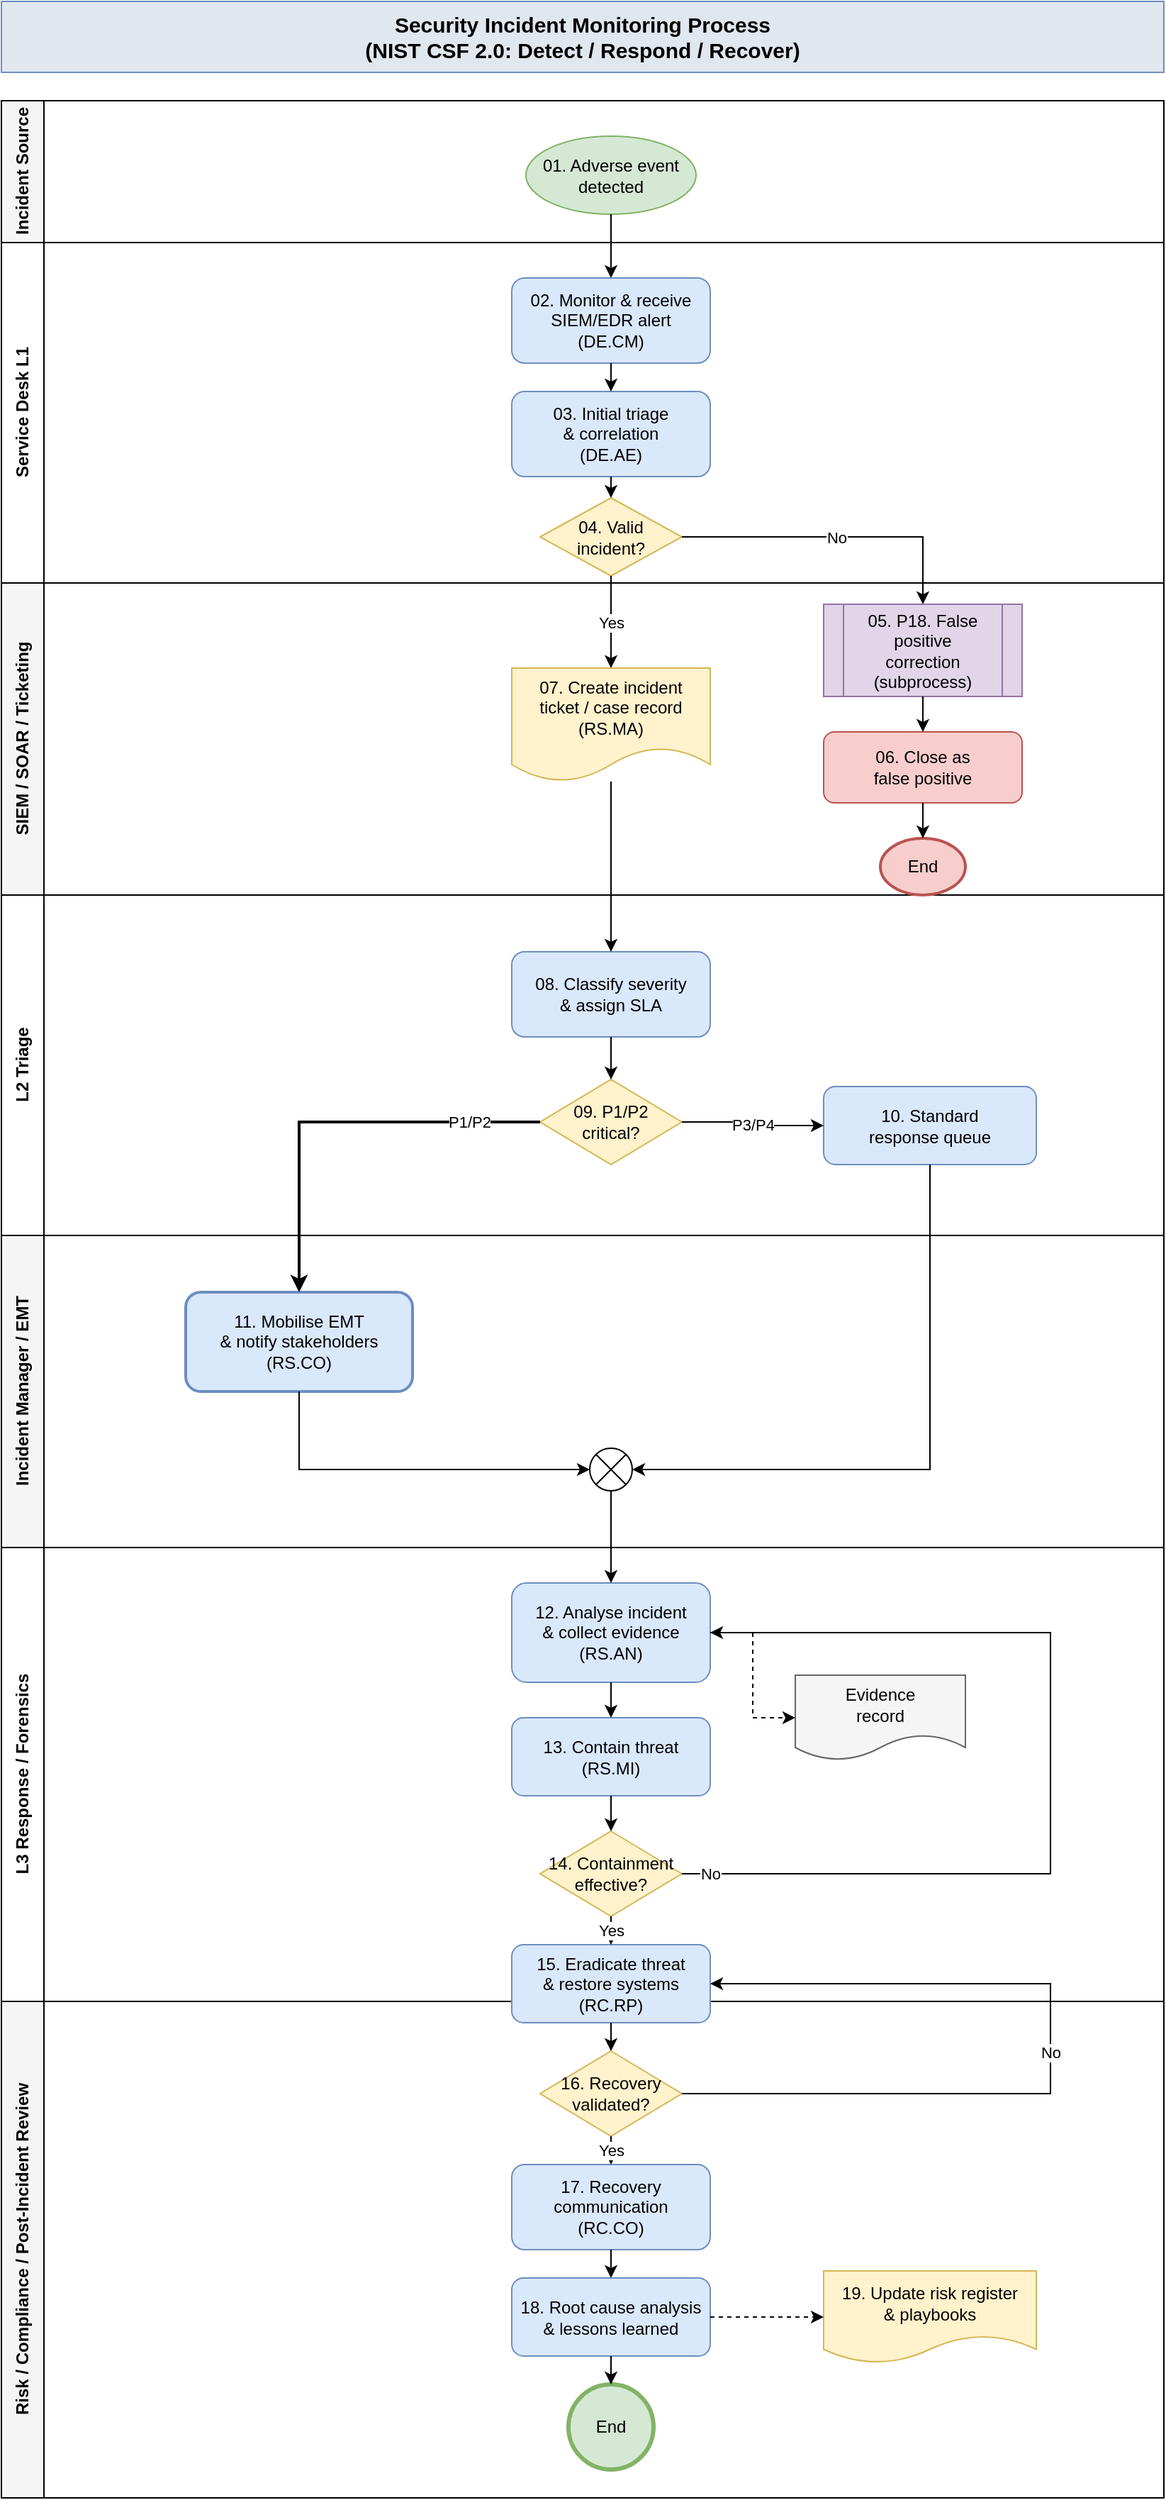
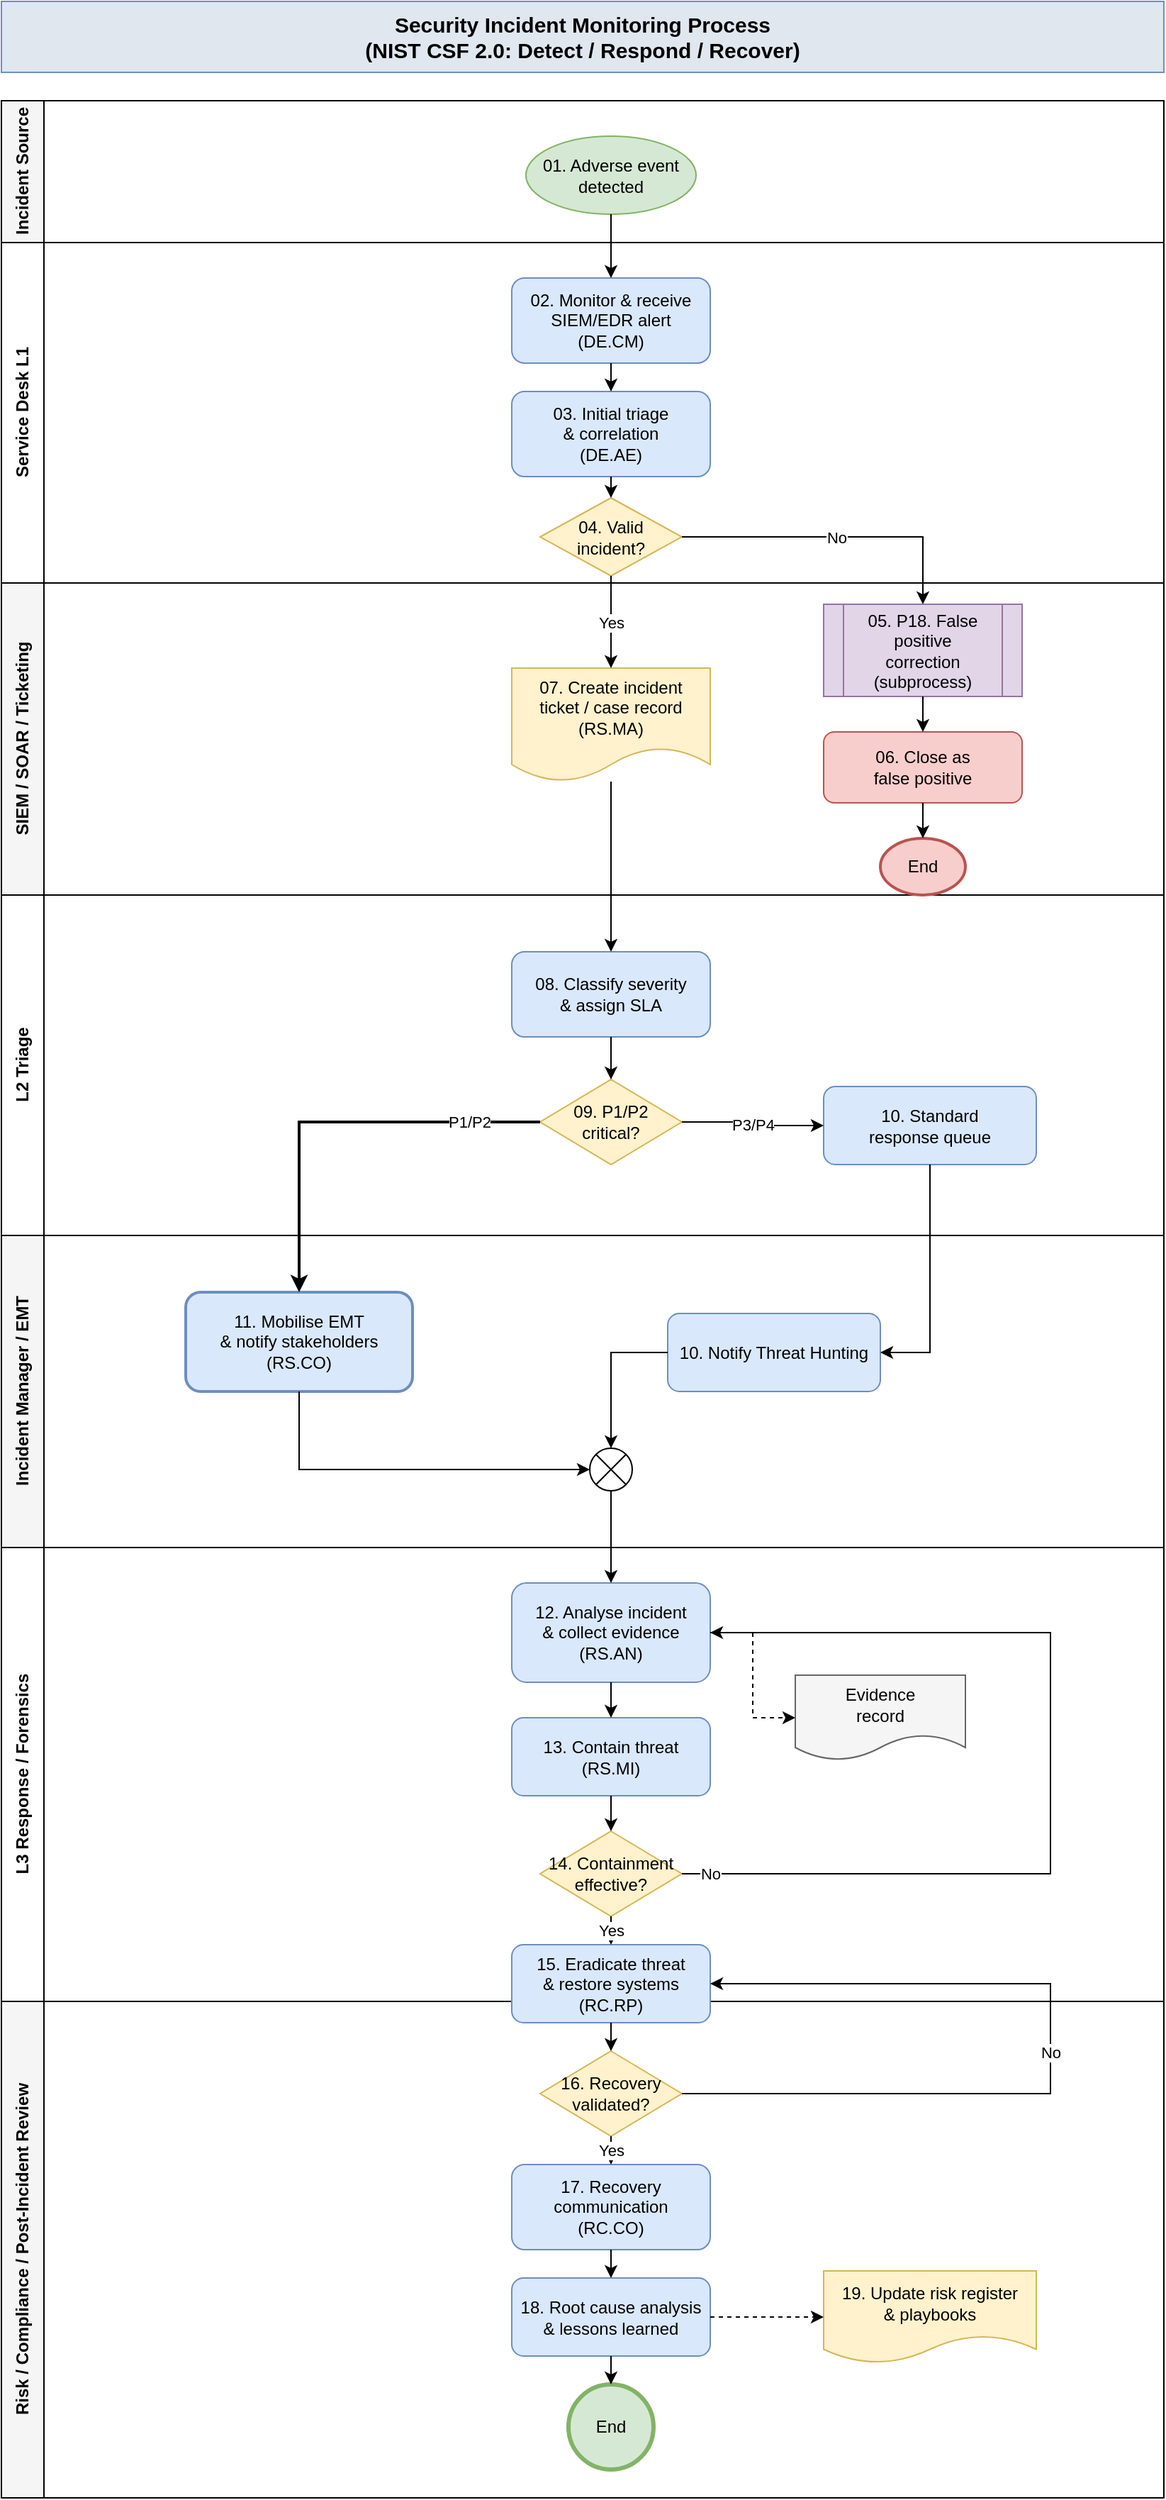
<mxfile host="app.diagrams.net" agent="ProcessDiagramSkill">
  <diagram name="CSF 2.0 Incident Monitoring" id="0">
-     <mxGraphModel dx="1331" dy="853" grid="1" gridSize="10" guides="1" tooltips="1" connect="1" arrows="1" fold="1" page="1" pageScale="1" pageWidth="900" pageHeight="2000" math="0" shadow="0">
+     <mxGraphModel dx="918" dy="633" grid="1" gridSize="10" guides="1" tooltips="1" connect="1" arrows="1" fold="1" page="1" pageScale="1" pageWidth="900" pageHeight="2000" math="0" shadow="0">
      <root>
        <mxCell id="0" />
        <mxCell id="1" parent="0" />
        <mxCell id="titleBar" parent="1" style="rounded=0;whiteSpace=wrap;html=1;fillColor=#e1e7ef;strokeColor=#6c8ebf;fontSize=15;fontStyle=1;align=center;verticalAlign=middle;" value="Security Incident Monitoring Process&#xa;(NIST CSF 2.0: Detect / Respond / Recover)" vertex="1">
          <mxGeometry height="50" width="820" x="40" y="20" as="geometry" />
        </mxCell>
        <mxCell id="laneSource" parent="1" style="shape=swimlane;html=1;startSize=30;horizontal=0;collapsible=0;fillColor=#f5f5f5;swimlaneFillColor=#ffffff;fontStyle=1;" value="Incident Source" vertex="1">
          <mxGeometry height="100" width="820" x="40" y="90" as="geometry" />
        </mxCell>
        <mxCell id="laneL1" parent="1" style="shape=swimlane;html=1;startSize=30;horizontal=0;collapsible=0;swimlaneFillColor=#ffffff;fontStyle=1;" value="Service Desk L1" vertex="1">
          <mxGeometry height="240" width="820" x="40" y="190" as="geometry" />
        </mxCell>
        <mxCell id="laneSiem" parent="1" style="shape=swimlane;html=1;startSize=30;horizontal=0;collapsible=0;fillColor=#f5f5f5;swimlaneFillColor=#ffffff;fontStyle=1;" value="SIEM / SOAR / Ticketing" vertex="1">
          <mxGeometry height="220" width="820" x="40" y="430" as="geometry" />
        </mxCell>
        <mxCell id="laneL2" parent="1" style="shape=swimlane;html=1;startSize=30;horizontal=0;collapsible=0;swimlaneFillColor=#ffffff;fontStyle=1;" value="L2 Triage" vertex="1">
          <mxGeometry height="240" width="820" x="40" y="650" as="geometry" />
        </mxCell>
        <mxCell id="laneIM" parent="1" style="shape=swimlane;html=1;startSize=30;horizontal=0;collapsible=0;fillColor=#f5f5f5;swimlaneFillColor=#ffffff;fontStyle=1;" value="Incident Manager / EMT" vertex="1">
          <mxGeometry height="220" width="820" x="40" y="890" as="geometry" />
+         </mxCell>
+         <mxCell id="T0DByfoen8TXfAL6Z4LJ-1" parent="laneIM" style="rounded=1;whiteSpace=wrap;html=1;fillColor=#dae8fc;strokeColor=#6c8ebf;" value="10. Notify Threat Hunting" vertex="1">
+           <mxGeometry height="55" width="150" x="470" y="55" as="geometry" />
        </mxCell>
        <mxCell id="laneL3" parent="1" style="shape=swimlane;html=1;startSize=30;horizontal=0;collapsible=0;swimlaneFillColor=#ffffff;fontStyle=1;" value="L3 Response / Forensics" vertex="1">
          <mxGeometry height="320" width="820" x="40" y="1110" as="geometry" />
        </mxCell>
        <mxCell id="nEv" parent="laneL3" style="shape=document;whiteSpace=wrap;html=1;fillColor=#f5f5f5;strokeColor=#666666;boundedLbl=1;" value="Evidence&#xa;record" vertex="1">
          <mxGeometry height="60" width="120" x="560" y="90" as="geometry" />
        </mxCell>
        <mxCell id="laneRC" parent="1" style="shape=swimlane;html=1;startSize=30;horizontal=0;collapsible=0;fillColor=#f5f5f5;swimlaneFillColor=#ffffff;fontStyle=1;" value="Risk / Compliance / Post-Incident Review" vertex="1">
          <mxGeometry height="350" width="820" x="40" y="1430" as="geometry" />
        </mxCell>
        <mxCell id="n01" parent="1" style="ellipse;whiteSpace=wrap;html=1;fillColor=#d5e8d4;strokeColor=#82b366;" value="01. Adverse event&#xa;detected" vertex="1">
          <mxGeometry height="55" width="120" x="410" y="115" as="geometry" />
        </mxCell>
        <mxCell id="n02" parent="1" style="rounded=1;whiteSpace=wrap;html=1;fillColor=#dae8fc;strokeColor=#6c8ebf;" value="02. Monitor &amp; receive&#xa;SIEM/EDR alert&#xa;(DE.CM)" vertex="1">
          <mxGeometry height="60" width="140" x="400" y="215" as="geometry" />
        </mxCell>
        <mxCell id="n03" parent="1" style="rounded=1;whiteSpace=wrap;html=1;fillColor=#dae8fc;strokeColor=#6c8ebf;" value="03. Initial triage&#xa;&amp; correlation&#xa;(DE.AE)" vertex="1">
          <mxGeometry height="60" width="140" x="400" y="295" as="geometry" />
        </mxCell>
        <mxCell id="n04" parent="1" style="rhombus;whiteSpace=wrap;html=1;fillColor=#fff2cc;strokeColor=#d6b656;" value="04. Valid&#xa;incident?" vertex="1">
          <mxGeometry height="55" width="100" x="420" y="370" as="geometry" />
        </mxCell>
        <mxCell id="n05" parent="1" style="shape=process;whiteSpace=wrap;html=1;fillColor=#e1d5e7;strokeColor=#9673a6;" value="05. P18. False positive&#xa;correction&#xa;(subprocess)" vertex="1">
          <mxGeometry height="65" width="140" x="620" y="445" as="geometry" />
        </mxCell>
        <mxCell id="n06" parent="1" style="rounded=1;whiteSpace=wrap;html=1;fillColor=#f8cecc;strokeColor=#b85450;" value="06. Close as&#xa;false positive" vertex="1">
          <mxGeometry height="50" width="140" x="620" y="535" as="geometry" />
        </mxCell>
        <mxCell id="nEndFP" parent="1" style="ellipse;whiteSpace=wrap;html=1;fillColor=#f8cecc;strokeColor=#b85450;strokeWidth=2;" value="End" vertex="1">
          <mxGeometry height="40" width="60" x="660" y="610" as="geometry" />
        </mxCell>
        <mxCell id="n07_ticket" parent="1" style="shape=document;whiteSpace=wrap;html=1;fillColor=#fff2cc;strokeColor=#d6b656;boundedLbl=1;" value="07. Create incident&#xa;ticket / case record&#xa;(RS.MA)" vertex="1">
          <mxGeometry height="80" width="140" x="400" y="490" as="geometry" />
        </mxCell>
        <mxCell id="n08_classify" parent="1" style="rounded=1;whiteSpace=wrap;html=1;fillColor=#dae8fc;strokeColor=#6c8ebf;" value="08. Classify severity&#xa;&amp; assign SLA" vertex="1">
          <mxGeometry height="60" width="140" x="400" y="690" as="geometry" />
        </mxCell>
        <mxCell id="n09_dec" parent="1" style="rhombus;whiteSpace=wrap;html=1;fillColor=#fff2cc;strokeColor=#d6b656;" value="09. P1/P2&#xa;critical?" vertex="1">
          <mxGeometry height="60" width="100" x="420" y="780" as="geometry" />
        </mxCell>
        <mxCell id="n10_queue" parent="1" style="rounded=1;whiteSpace=wrap;html=1;fillColor=#dae8fc;strokeColor=#6c8ebf;" value="10. Standard&#xa;response queue" vertex="1">
          <mxGeometry height="55" width="150" x="620" y="785" as="geometry" />
        </mxCell>
        <mxCell id="n11_emt" parent="1" style="rounded=1;whiteSpace=wrap;html=1;fillColor=#dae8fc;strokeColor=#6c8ebf;strokeWidth=2;" value="11. Mobilise EMT&#xa;&amp; notify stakeholders&#xa;(RS.CO)" vertex="1">
          <mxGeometry height="70" width="160" x="170" y="930" as="geometry" />
        </mxCell>
        <mxCell id="sj1" parent="1" style="shape=mxgraph.flowchart.or;html=1;backgroundOutline=1;" value="" vertex="1">
          <mxGeometry height="30" width="30" x="455" y="1040" as="geometry" />
        </mxCell>
        <mxCell id="n12_analyse" parent="1" style="rounded=1;whiteSpace=wrap;html=1;fillColor=#dae8fc;strokeColor=#6c8ebf;" value="12. Analyse incident&#xa;&amp; collect evidence&#xa;(RS.AN)" vertex="1">
          <mxGeometry height="70" width="140" x="400" y="1135" as="geometry" />
        </mxCell>
        <mxCell id="n13_contain" parent="1" style="rounded=1;whiteSpace=wrap;html=1;fillColor=#dae8fc;strokeColor=#6c8ebf;" value="13. Contain threat&#xa;(RS.MI)" vertex="1">
          <mxGeometry height="55" width="140" x="400" y="1230" as="geometry" />
        </mxCell>
        <mxCell id="n14_dec" parent="1" style="rhombus;whiteSpace=wrap;html=1;fillColor=#fff2cc;strokeColor=#d6b656;" value="14. Containment&#xa;effective?" vertex="1">
          <mxGeometry height="60" width="100" x="420" y="1310" as="geometry" />
        </mxCell>
        <mxCell id="n15_erad" parent="1" style="rounded=1;whiteSpace=wrap;html=1;fillColor=#dae8fc;strokeColor=#6c8ebf;" value="15. Eradicate threat&#xa;&amp; restore systems&#xa;(RC.RP)" vertex="1">
          <mxGeometry height="55" width="140" x="400" y="1390" as="geometry" />
        </mxCell>
        <mxCell id="n16_dec" parent="1" style="rhombus;whiteSpace=wrap;html=1;fillColor=#fff2cc;strokeColor=#d6b656;" value="16. Recovery&#xa;validated?" vertex="1">
          <mxGeometry height="60" width="100" x="420" y="1465" as="geometry" />
        </mxCell>
        <mxCell id="n17_comm" parent="1" style="rounded=1;whiteSpace=wrap;html=1;fillColor=#dae8fc;strokeColor=#6c8ebf;" value="17. Recovery&#xa;communication&#xa;(RC.CO)" vertex="1">
          <mxGeometry height="60" width="140" x="400" y="1545" as="geometry" />
        </mxCell>
        <mxCell id="n18_rca" parent="1" style="rounded=1;whiteSpace=wrap;html=1;fillColor=#dae8fc;strokeColor=#6c8ebf;" value="18. Root cause analysis&#xa;&amp; lessons learned" vertex="1">
          <mxGeometry height="55" width="140" x="400" y="1625" as="geometry" />
        </mxCell>
        <mxCell id="n19_reg" parent="1" style="shape=document;whiteSpace=wrap;html=1;fillColor=#fff2cc;strokeColor=#d6b656;boundedLbl=1;" value="19. Update risk register&#xa;&amp; playbooks" vertex="1">
          <mxGeometry height="65" width="150" x="620" y="1620" as="geometry" />
        </mxCell>
        <mxCell id="nEnd" parent="1" style="ellipse;whiteSpace=wrap;html=1;fillColor=#d5e8d4;strokeColor=#82b366;strokeWidth=3;" value="End" vertex="1">
          <mxGeometry height="60" width="60" x="440" y="1700" as="geometry" />
        </mxCell>
        <mxCell id="e_01_02" edge="1" parent="1" source="n01" style="edgeStyle=orthogonalEdgeStyle;rounded=0;html=1;endArrow=classic;" target="n02">
          <mxGeometry relative="1" as="geometry" />
        </mxCell>
        <mxCell id="e_02_03" edge="1" parent="1" source="n02" style="edgeStyle=orthogonalEdgeStyle;rounded=0;html=1;endArrow=classic;" target="n03">
          <mxGeometry relative="1" as="geometry" />
        </mxCell>
        <mxCell id="e_03_04" edge="1" parent="1" source="n03" style="edgeStyle=orthogonalEdgeStyle;rounded=0;html=1;endArrow=classic;" target="n04">
          <mxGeometry relative="1" as="geometry" />
        </mxCell>
        <mxCell id="e_04_05" edge="1" parent="1" source="n04" style="edgeStyle=orthogonalEdgeStyle;rounded=0;html=1;endArrow=classic;exitX=1;exitY=0.5;exitDx=0;exitDy=0;entryX=0.5;entryY=0;entryDx=0;entryDy=0;" target="n05" value="No">
          <mxGeometry relative="1" as="geometry" />
        </mxCell>
        <mxCell id="e_05_06" edge="1" parent="1" source="n05" style="edgeStyle=orthogonalEdgeStyle;rounded=0;html=1;endArrow=classic;" target="n06">
          <mxGeometry relative="1" as="geometry" />
        </mxCell>
        <mxCell id="e_06_endfp" edge="1" parent="1" source="n06" style="edgeStyle=orthogonalEdgeStyle;rounded=0;html=1;endArrow=classic;" target="nEndFP">
          <mxGeometry relative="1" as="geometry" />
        </mxCell>
        <mxCell id="e_04_07" edge="1" parent="1" source="n04" style="edgeStyle=orthogonalEdgeStyle;rounded=0;html=1;endArrow=classic;" target="n07_ticket" value="Yes">
          <mxGeometry relative="1" as="geometry" />
        </mxCell>
        <mxCell id="e_07_08" edge="1" parent="1" source="n07_ticket" style="edgeStyle=orthogonalEdgeStyle;rounded=0;html=1;endArrow=classic;" target="n08_classify">
          <mxGeometry relative="1" as="geometry" />
        </mxCell>
        <mxCell id="e_08_09" edge="1" parent="1" source="n08_classify" style="edgeStyle=orthogonalEdgeStyle;rounded=0;html=1;endArrow=classic;" target="n09_dec">
          <mxGeometry relative="1" as="geometry" />
        </mxCell>
        <mxCell id="e_09_10" edge="1" parent="1" source="n09_dec" style="edgeStyle=orthogonalEdgeStyle;rounded=0;html=1;endArrow=classic;exitX=1;exitY=0.5;exitDx=0;exitDy=0;entryX=0;entryY=0.5;entryDx=0;entryDy=0;" target="n10_queue" value="P3/P4">
          <mxGeometry relative="1" as="geometry" />
        </mxCell>
        <mxCell id="e_09_11" edge="1" parent="1" source="n09_dec" style="edgeStyle=orthogonalEdgeStyle;rounded=0;html=1;endArrow=classic;strokeWidth=2;exitX=0;exitY=0.5;exitDx=0;exitDy=0;entryX=0.5;entryY=0;entryDx=0;entryDy=0;" target="n11_emt" value="P1/P2">
          <mxGeometry relative="1" x="-0.6551" as="geometry">
            <mxPoint as="offset" />
            <Array as="points">
              <mxPoint x="250" y="810" />
            </Array>
          </mxGeometry>
        </mxCell>
-         <mxCell id="e_10_sj" edge="1" parent="1" source="n10_queue" style="edgeStyle=orthogonalEdgeStyle;rounded=0;html=1;endArrow=classic;exitX=0.5;exitY=1;exitDx=0;exitDy=0;entryX=1;entryY=0.5;entryDx=0;entryDy=0;" target="sj1">
+         <mxCell id="e_10_sj" edge="1" parent="1" source="n10_queue" style="edgeStyle=orthogonalEdgeStyle;rounded=0;html=1;endArrow=classic;exitX=0.5;exitY=1;exitDx=0;exitDy=0;entryX=1;entryY=0.5;entryDx=0;entryDy=0;" target="T0DByfoen8TXfAL6Z4LJ-1">
          <mxGeometry relative="1" as="geometry" />
        </mxCell>
        <mxCell id="e_11_sj" edge="1" parent="1" source="n11_emt" style="edgeStyle=orthogonalEdgeStyle;rounded=0;html=1;endArrow=classic;exitX=0.5;exitY=1;exitDx=0;exitDy=0;entryX=0;entryY=0.5;entryDx=0;entryDy=0;" target="sj1">
          <mxGeometry relative="1" as="geometry" />
        </mxCell>
        <mxCell id="e_sj_12" edge="1" parent="1" source="sj1" style="edgeStyle=orthogonalEdgeStyle;rounded=0;html=1;endArrow=classic;" target="n12_analyse">
          <mxGeometry relative="1" as="geometry" />
        </mxCell>
        <mxCell id="e_12_ev" edge="1" parent="1" source="n12_analyse" style="edgeStyle=orthogonalEdgeStyle;rounded=0;html=1;endArrow=classic;dashed=1;exitX=1;exitY=0.5;exitDx=0;exitDy=0;entryX=0;entryY=0.5;entryDx=0;entryDy=0;" target="nEv">
          <mxGeometry relative="1" as="geometry" />
        </mxCell>
        <mxCell id="e_12_13" edge="1" parent="1" source="n12_analyse" style="edgeStyle=orthogonalEdgeStyle;rounded=0;html=1;endArrow=classic;" target="n13_contain">
          <mxGeometry relative="1" as="geometry" />
        </mxCell>
        <mxCell id="e_13_14" edge="1" parent="1" source="n13_contain" style="edgeStyle=orthogonalEdgeStyle;rounded=0;html=1;endArrow=classic;" target="n14_dec">
          <mxGeometry relative="1" as="geometry" />
        </mxCell>
        <mxCell id="e_14_back" edge="1" parent="1" source="n14_dec" style="edgeStyle=orthogonalEdgeStyle;rounded=0;html=1;endArrow=classic;exitX=1;exitY=0.5;exitDx=0;exitDy=0;entryX=1;entryY=0.5;entryDx=0;entryDy=0;" target="n12_analyse" value="No">
          <mxGeometry relative="1" x="-0.9403" as="geometry">
            <mxPoint as="offset" />
            <Array as="points">
              <mxPoint x="780" y="1340" />
              <mxPoint x="780" y="1170" />
            </Array>
          </mxGeometry>
        </mxCell>
        <mxCell id="e_14_15" edge="1" parent="1" source="n14_dec" style="edgeStyle=orthogonalEdgeStyle;rounded=0;html=1;endArrow=classic;" target="n15_erad" value="Yes">
          <mxGeometry relative="1" as="geometry" />
        </mxCell>
        <mxCell id="e_15_16" edge="1" parent="1" source="n15_erad" style="edgeStyle=orthogonalEdgeStyle;rounded=0;html=1;endArrow=classic;" target="n16_dec">
          <mxGeometry relative="1" as="geometry" />
        </mxCell>
        <mxCell id="e_16_back" edge="1" parent="1" source="n16_dec" style="edgeStyle=orthogonalEdgeStyle;rounded=0;html=1;endArrow=classic;exitX=1;exitY=0.5;exitDx=0;exitDy=0;entryX=1;entryY=0.5;entryDx=0;entryDy=0;" target="n15_erad" value="No">
          <mxGeometry relative="1" as="geometry">
            <Array as="points">
              <mxPoint x="780" y="1495" />
              <mxPoint x="780" y="1417" />
            </Array>
          </mxGeometry>
        </mxCell>
        <mxCell id="e_16_17" edge="1" parent="1" source="n16_dec" style="edgeStyle=orthogonalEdgeStyle;rounded=0;html=1;endArrow=classic;" target="n17_comm" value="Yes">
          <mxGeometry relative="1" as="geometry" />
        </mxCell>
        <mxCell id="e_17_18" edge="1" parent="1" source="n17_comm" style="edgeStyle=orthogonalEdgeStyle;rounded=0;html=1;endArrow=classic;" target="n18_rca">
          <mxGeometry relative="1" as="geometry" />
        </mxCell>
        <mxCell id="e_18_19" edge="1" parent="1" source="n18_rca" style="edgeStyle=orthogonalEdgeStyle;rounded=0;html=1;endArrow=classic;dashed=1;exitX=1;exitY=0.5;exitDx=0;exitDy=0;entryX=0;entryY=0.5;entryDx=0;entryDy=0;" target="n19_reg">
          <mxGeometry relative="1" as="geometry" />
        </mxCell>
        <mxCell id="e_18_end" edge="1" parent="1" source="n18_rca" style="edgeStyle=orthogonalEdgeStyle;rounded=0;html=1;endArrow=classic;" target="nEnd">
          <mxGeometry relative="1" as="geometry" />
        </mxCell>
+         <mxCell id="T0DByfoen8TXfAL6Z4LJ-2" edge="1" parent="1" source="T0DByfoen8TXfAL6Z4LJ-1" style="edgeStyle=orthogonalEdgeStyle;rounded=0;html=1;endArrow=classic;exitX=0;exitY=0.5;exitDx=0;exitDy=0;entryX=0.5;entryY=0;entryDx=0;entryDy=0;entryPerimeter=0;" target="sj1">
+           <mxGeometry relative="1" as="geometry">
+             <mxPoint x="500" y="977" as="sourcePoint" />
+             <mxPoint x="465" y="1110" as="targetPoint" />
+           </mxGeometry>
+         </mxCell>
      </root>
    </mxGraphModel>
  </diagram>
</mxfile>
